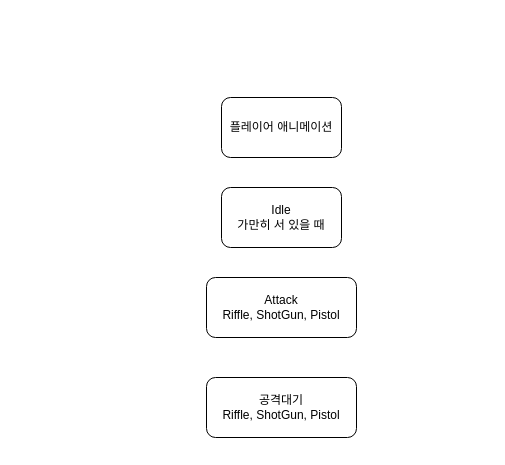
Above: 다이어그램/플레이어 애니메이션.drawio in steelfs/JY (draw.io), before the change. Source tidied: cells renumbered, new cells numbered last; positions are measured from the earlier drawing's top-left corner, leaving out a move shared by most shapes. Both pictures are drawn from the tidied source at 100%, with x=0, y=0 at pixel (206, 97).
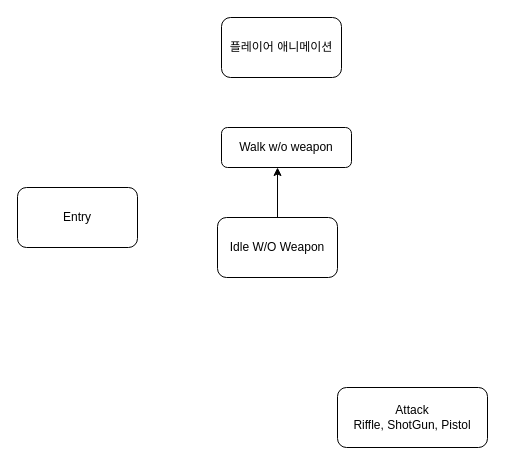
Above is the later version.

The edit, as a diff of the source:
```diff
@@
 <mxGraphModel>
   <root>
     <mxCell id="0" />
     <mxCell id="1" parent="0" />
     <mxCell id="2" value="플레이어 애니메이션" style="rounded=1;whiteSpace=wrap;html=1;" parent="1" vertex="1">
-      <mxGeometry x="15" width="120" height="60" as="geometry" />
+      <mxGeometry x="15" y="-80" width="120" height="60" as="geometry" />
     </mxCell>
+    <mxCell id="6" style="edgeStyle=orthogonalEdgeStyle;rounded=0;jettySize=auto;html=1;exitX=0.5;exitY=0;exitDx=0;exitDy=0;entryX=0.431;entryY=1;entryDx=0;entryDy=0;entryPerimeter=0;" parent="1" edge="1" source="3" target="5">
+      <mxGeometry relative="1" as="geometry" />
+    </mxCell>
-    <mxCell id="3" value="Idle&lt;br&gt;가만히 서 있을 때" style="rounded=1;whiteSpace=wrap;html=1;" parent="1" vertex="1">
-      <mxGeometry x="15" y="90" width="120" height="60" as="geometry" />
+    <mxCell id="3" value="Idle W/O Weapon" style="rounded=1;whiteSpace=wrap;html=1;" parent="1" vertex="1">
+      <mxGeometry x="11" y="120" width="120" height="60" as="geometry" />
     </mxCell>
     <mxCell id="4" value="Attack&lt;br&gt;Riffle, ShotGun, Pistol" style="rounded=1;whiteSpace=wrap;html=1;" parent="1" vertex="1">
-      <mxGeometry y="180" width="150" height="60" as="geometry" />
+      <mxGeometry x="131" y="290" width="150" height="60" as="geometry" />
     </mxCell>
-    <mxCell id="5" value="공격대기&lt;br style=&quot;border-color: var(--border-color);&quot;&gt;Riffle, ShotGun, Pistol" style="rounded=1;whiteSpace=wrap;html=1;" parent="1" vertex="1">
-      <mxGeometry y="280" width="150" height="60" as="geometry" />
+    <mxCell id="5" value="Walk w/o weapon" style="rounded=1;whiteSpace=wrap;html=1;" parent="1" vertex="1">
+      <mxGeometry x="15" y="30" width="130" height="40" as="geometry" />
     </mxCell>
+    <mxCell id="7" value="Entry" style="rounded=1;whiteSpace=wrap;html=1;" parent="1" vertex="1">
+      <mxGeometry x="-189" y="90" width="120" height="60" as="geometry" />
+    </mxCell>
   </root>
 </mxGraphModel>
```
